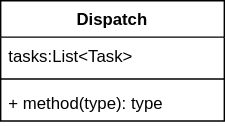
Above: doc/design.drawio.svg in lshengjian/ep_sim (draw.io), before the change. Source tidied: cells renumbered, new cells last; positions are measured from the earlier drawing's top-left corner, leaving out a move shared by most shapes. Source of this version:
```xml
<mxGraphModel>
  <root>
    <mxCell id="0" />
    <mxCell id="1" parent="0" />
    <mxCell id="2" value="Dispatch&#10;" style="swimlane;fontStyle=1;align=center;verticalAlign=top;horizontal=1;startSize=26;" parent="1" vertex="1">
      <mxGeometry width="160" height="86" as="geometry" />
    </mxCell>
    <mxCell id="3" value="tasks:List&lt;Task&gt;" style="text;strokeColor=none;fillColor=none;align=left;verticalAlign=top;spacingLeft=4;spacingRight=4;overflow=hidden;" parent="2" vertex="1">
      <mxGeometry y="26" width="160" height="26" as="geometry" />
    </mxCell>
    <mxCell id="4" style="line;strokeWidth=1;fillColor=none;align=left;verticalAlign=middle;spacingTop=-1;spacingLeft=3;spacingRight=3;labelPosition=right;strokeColor=inherit;" parent="2" vertex="1">
      <mxGeometry y="52" width="160" height="8" as="geometry" />
    </mxCell>
    <mxCell id="5" value="+ method(type): type" style="text;strokeColor=none;fillColor=none;align=left;verticalAlign=top;spacingLeft=4;spacingRight=4;overflow=hidden;" parent="2" vertex="1">
      <mxGeometry y="60" width="160" height="26" as="geometry" />
    </mxCell>
  </root>
</mxGraphModel>
```
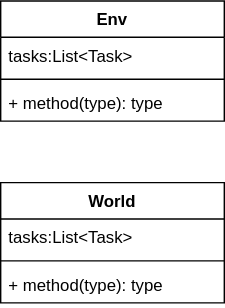
The same diagram one commit later.

Change to the diagram source:
```diff
@@ -2,7 +2,7 @@
   <root>
     <mxCell id="0" />
     <mxCell id="1" parent="0" />
-    <mxCell id="2" value="Dispatch&#10;" style="swimlane;fontStyle=1;align=center;verticalAlign=top;horizontal=1;startSize=26;" parent="1" vertex="1">
+    <mxCell id="2" value="Env&#10;" style="swimlane;fontStyle=1;align=center;verticalAlign=top;horizontal=1;startSize=26;" parent="1" vertex="1">
       <mxGeometry width="160" height="86" as="geometry" />
     </mxCell>
     <mxCell id="3" value="tasks:List&lt;Task&gt;" style="text;strokeColor=none;fillColor=none;align=left;verticalAlign=top;spacingLeft=4;spacingRight=4;overflow=hidden;" parent="2" vertex="1">
@@ -14,5 +14,17 @@
     <mxCell id="5" value="+ method(type): type" style="text;strokeColor=none;fillColor=none;align=left;verticalAlign=top;spacingLeft=4;spacingRight=4;overflow=hidden;" parent="2" vertex="1">
       <mxGeometry y="60" width="160" height="26" as="geometry" />
     </mxCell>
+    <mxCell id="6" value="World&#10;" style="swimlane;fontStyle=1;align=center;verticalAlign=top;horizontal=1;startSize=26;" parent="1" vertex="1">
+      <mxGeometry y="130" width="160" height="86" as="geometry" />
+    </mxCell>
+    <mxCell id="7" value="tasks:List&lt;Task&gt;" style="text;strokeColor=none;fillColor=none;align=left;verticalAlign=top;spacingLeft=4;spacingRight=4;overflow=hidden;" parent="6" vertex="1">
+      <mxGeometry y="26" width="160" height="26" as="geometry" />
+    </mxCell>
+    <mxCell id="8" style="line;strokeWidth=1;fillColor=none;align=left;verticalAlign=middle;spacingTop=-1;spacingLeft=3;spacingRight=3;labelPosition=right;strokeColor=inherit;" parent="6" vertex="1">
+      <mxGeometry y="52" width="160" height="8" as="geometry" />
+    </mxCell>
+    <mxCell id="9" value="+ method(type): type" style="text;strokeColor=none;fillColor=none;align=left;verticalAlign=top;spacingLeft=4;spacingRight=4;overflow=hidden;" parent="6" vertex="1">
+      <mxGeometry y="60" width="160" height="26" as="geometry" />
+    </mxCell>
   </root>
 </mxGraphModel>
```
